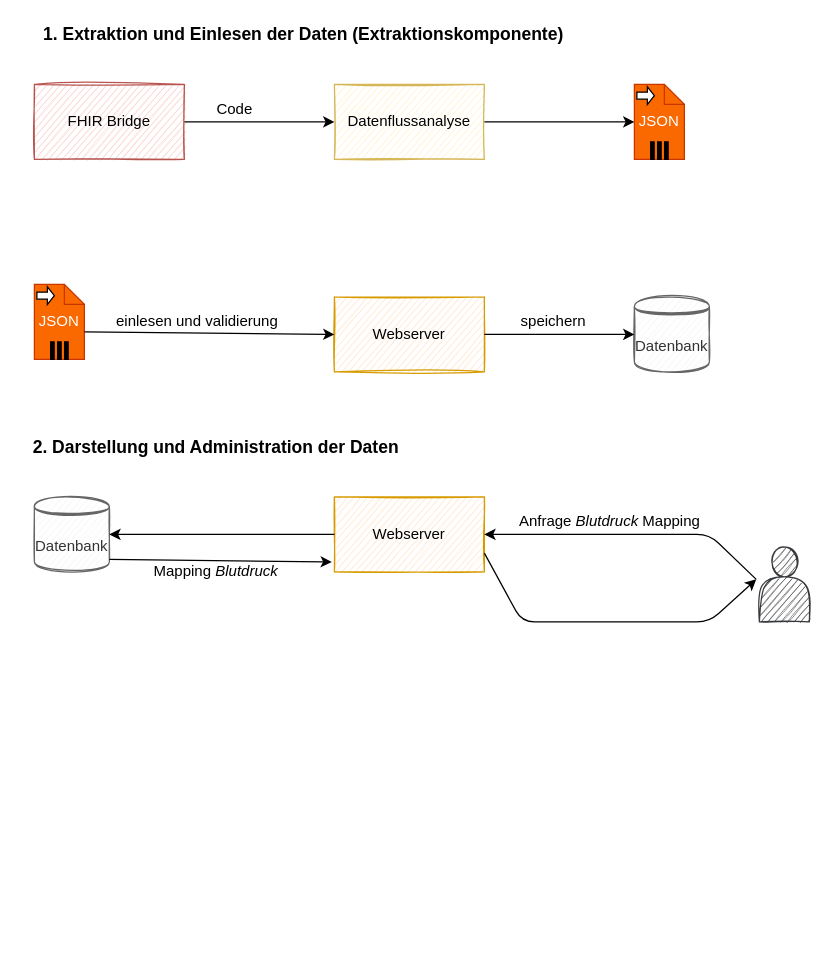
jsachau/drawio keeps this draw.io diagram as MaKonzept.drawio. Above is the earlier version. Source tidied: cells renumbered, new cells numbered last; positions are measured from the earlier drawing's top-left corner, leaving out a move shared by most shapes. Both pictures are drawn from the tidied source at 125%, with x=0, y=0 at pixel (21, 21).
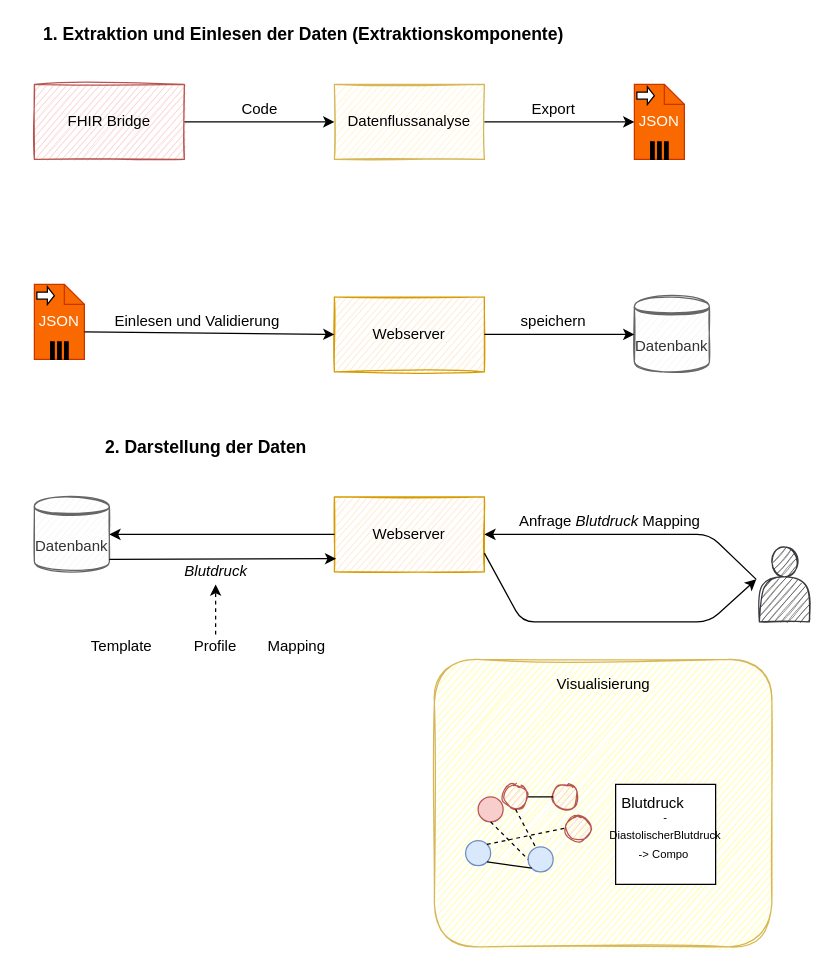
After the change.

The change refers to these unchanged cells:
```xml
<mxCell id="7" value="Datenbank" style="shape=datastore;whiteSpace=wrap;html=1;fillColor=#f5f5f5;strokeColor=#666666;fontColor=#333333;sketch=1;" parent="1" vertex="1">
  <mxGeometry x="10" y="380" width="60" height="60" as="geometry" />
</mxCell>
<mxCell id="8" value="Webserver" style="rounded=0;whiteSpace=wrap;html=1;fillColor=#ffe6cc;strokeColor=#d79b00;sketch=1;shadow=0;glass=0;" parent="1" vertex="1">
  <mxGeometry x="250" y="380" width="120" height="60" as="geometry" />
</mxCell>
```

Diff of the diagram source:
```diff
@@
-    <mxCell id="21" style="endArrow=classic;html=1;exitX=1;exitY=0.833;exitDx=0;exitDy=0;exitPerimeter=0;entryX=-0.017;entryY=0.867;entryDx=0;entryDy=0;entryPerimeter=0;" parent="1" edge="1" source="7" target="8">
+    <mxCell id="21" style="endArrow=classic;html=1;exitX=1;exitY=0.833;exitDx=0;exitDy=0;exitPerimeter=0;entryX=0.012;entryY=0.824;entryDx=0;entryDy=0;entryPerimeter=0;" parent="1" edge="1" source="7" target="8">
       <mxGeometry relative="1" as="geometry" />
     </mxCell>
@@
-    <mxCell id="24" value="&lt;b&gt;&lt;font style=&quot;font-size: 14px&quot;&gt;2. Darstellung und Administration der Daten&lt;/font&gt;&lt;/b&gt;" style="text;html=1;align=center;verticalAlign=middle;" parent="1" vertex="1">
-      <mxGeometry y="330" width="310" height="20" as="geometry" />
+    <mxCell id="24" value="&lt;b&gt;&lt;font style=&quot;font-size: 14px&quot;&gt;2. Darstellung der Daten&lt;/font&gt;&lt;/b&gt;" style="text;html=1;align=left;verticalAlign=middle;" parent="1" vertex="1">
+      <mxGeometry x="65" y="330" width="180" height="20" as="geometry" />
     </mxCell>
     <mxCell id="25" value="Code" style="text;html=1;align=center;verticalAlign=middle;" parent="1" vertex="1">
-      <mxGeometry x="150" y="60" width="40" height="20" as="geometry" />
+      <mxGeometry x="170" y="60" width="40" height="20" as="geometry" />
     </mxCell>
-    <mxCell id="26" value="einlesen und validierung" style="text;html=1;align=center;verticalAlign=middle;" parent="1" vertex="1">
-      <mxGeometry x="70" y="230" width="140" height="20" as="geometry" />
+    <mxCell id="26" value="Einlesen und Validierung" style="text;html=1;align=center;verticalAlign=middle;" parent="1" vertex="1">
+      <mxGeometry x="65" y="230" width="150" height="20" as="geometry" />
     </mxCell>
@@
-    <mxCell id="28" value="Mapping &lt;i&gt;Blutdruck&lt;/i&gt;" style="text;html=1;align=center;verticalAlign=middle;points=[];" parent="1" vertex="1">
-      <mxGeometry x="100" y="430" width="110" height="20" as="geometry" />
+    <mxCell id="28" value="&lt;i&gt;Blutdruck&lt;br&gt;&lt;/i&gt;" style="text;html=1;align=center;verticalAlign=middle;points=[];" parent="1" vertex="1">
+      <mxGeometry x="120" y="430" width="70" height="20" as="geometry" />
     </mxCell>
@@
+    <mxCell id="30" value="Export" style="text;html=1;align=center;verticalAlign=middle;" parent="1" vertex="1">
+      <mxGeometry x="400" y="60" width="50" height="20" as="geometry" />
+    </mxCell>
+    <mxCell id="31" style="rounded=1;whiteSpace=wrap;html=1;strokeColor=#d6b656;fillColor=#FFFF99;sketch=1;" parent="1" vertex="1">
+      <mxGeometry x="330" y="510" width="270" height="230" as="geometry" />
+    </mxCell>
+    <mxCell id="32" style="ellipse;whiteSpace=wrap;html=1;fillColor=#f8cecc;strokeColor=#b85450;" parent="1" vertex="1">
+      <mxGeometry x="365" y="620" width="20" height="20" as="geometry" />
+    </mxCell>
+    <mxCell id="33" style="ellipse;whiteSpace=wrap;html=1;fillColor=#f8cecc;strokeColor=#b85450;sketch=1;" parent="1" vertex="1">
+      <mxGeometry x="385" y="610" width="20" height="20" as="geometry" />
+    </mxCell>
+    <mxCell id="34" style="ellipse;whiteSpace=wrap;html=1;fillColor=#f8cecc;strokeColor=#b85450;sketch=1;" parent="1" vertex="1">
+      <mxGeometry x="435" y="635" width="20" height="20" as="geometry" />
+    </mxCell>
+    <mxCell id="35" style="ellipse;whiteSpace=wrap;html=1;fillColor=#f8cecc;strokeColor=#b85450;sketch=1;" parent="1" vertex="1">
+      <mxGeometry x="425" y="610" width="20" height="20" as="geometry" />
+    </mxCell>
+    <mxCell id="36" style="ellipse;whiteSpace=wrap;html=1;fillColor=#dae8fc;strokeColor=#6c8ebf;" parent="1" vertex="1">
+      <mxGeometry x="405" y="660" width="20" height="20" as="geometry" />
+    </mxCell>
+    <mxCell id="37" style="ellipse;whiteSpace=wrap;html=1;fillColor=#dae8fc;strokeColor=#6c8ebf;" parent="1" vertex="1">
+      <mxGeometry x="355" y="655" width="20" height="20" as="geometry" />
+    </mxCell>
+    <mxCell id="38" style="endArrow=none;html=1;exitX=0.5;exitY=1;exitDx=0;exitDy=0;entryX=0.286;entryY=-0.014;entryDx=0;entryDy=0;entryPerimeter=0;dashed=1;" parent="1" edge="1" source="33" target="36">
+      <mxGeometry relative="1" as="geometry" />
+    </mxCell>
+    <mxCell id="39" style="endArrow=none;html=1;exitX=0.5;exitY=1;exitDx=0;exitDy=0;entryX=0;entryY=0.5;entryDx=0;entryDy=0;dashed=1;" parent="1" edge="1" source="32" target="36">
+      <mxGeometry relative="1" as="geometry" />
+    </mxCell>
+    <mxCell id="40" style="endArrow=none;html=1;exitX=1;exitY=1;exitDx=0;exitDy=0;entryX=0;entryY=1;entryDx=0;entryDy=0;" parent="1" edge="1" source="37" target="36">
+      <mxGeometry relative="1" as="geometry" />
+    </mxCell>
+    <mxCell id="41" style="endArrow=none;html=1;entryX=1;entryY=0.5;entryDx=0;entryDy=0;" parent="1" edge="1" target="33">
+      <mxGeometry relative="1" as="geometry">
+        <mxPoint x="425" y="620" as="sourcePoint" />
+      </mxGeometry>
+    </mxCell>
+    <mxCell id="42" style="endArrow=none;html=1;entryX=0;entryY=0.5;entryDx=0;entryDy=0;exitX=1;exitY=0;exitDx=0;exitDy=0;dashed=1;" parent="1" edge="1" source="37" target="34">
+      <mxGeometry relative="1" as="geometry" />
+    </mxCell>
+    <mxCell id="43" style="whiteSpace=wrap;html=1;" parent="1" vertex="1">
+      <mxGeometry x="475" y="610" width="80" height="80" as="geometry" />
+    </mxCell>
+    <mxCell id="44" value="Blutdruck" style="text;html=1;strokeColor=none;fillColor=none;align=center;verticalAlign=middle;whiteSpace=wrap;rounded=0;" parent="1" vertex="1">
+      <mxGeometry x="485" y="615" width="40" height="20" as="geometry" />
+    </mxCell>
+    <mxCell id="45" value="&lt;span style=&quot;font-size: 9px&quot;&gt;- DiastolischerBlutdruck&lt;br&gt;-&amp;gt; Compo&amp;nbsp;&lt;/span&gt;" style="text;html=1;strokeColor=none;fillColor=none;align=center;verticalAlign=middle;whiteSpace=wrap;rounded=0;" parent="1" vertex="1">
+      <mxGeometry x="495" y="640" width="40" height="20" as="geometry" />
+    </mxCell>
+    <mxCell id="46" value="Visualisierung" style="text;html=1;align=center;verticalAlign=middle;" parent="1" vertex="1">
+      <mxGeometry x="420" y="520" width="90" height="20" as="geometry" />
+    </mxCell>
+    <mxCell id="47" value="Template" style="text;html=1;strokeColor=none;fillColor=none;align=center;verticalAlign=middle;whiteSpace=wrap;rounded=0;" parent="1" vertex="1">
+      <mxGeometry x="60" y="490" width="40" height="20" as="geometry" />
+    </mxCell>
+    <mxCell id="48" style="edgeStyle=orthogonalEdgeStyle;rounded=0;jettySize=auto;html=1;dashed=1;" parent="1" edge="1" source="49" target="28">
+      <mxGeometry relative="1" as="geometry" />
+    </mxCell>
+    <mxCell id="49" value="Profile" style="text;html=1;strokeColor=none;fillColor=none;align=center;verticalAlign=middle;whiteSpace=wrap;rounded=0;" parent="1" vertex="1">
+      <mxGeometry x="135" y="490" width="40" height="20" as="geometry" />
+    </mxCell>
+    <mxCell id="50" value="Mapping" style="text;html=1;strokeColor=none;fillColor=none;align=center;verticalAlign=middle;whiteSpace=wrap;rounded=0;" parent="1" vertex="1">
+      <mxGeometry x="200" y="490" width="40" height="20" as="geometry" />
+    </mxCell>
```
